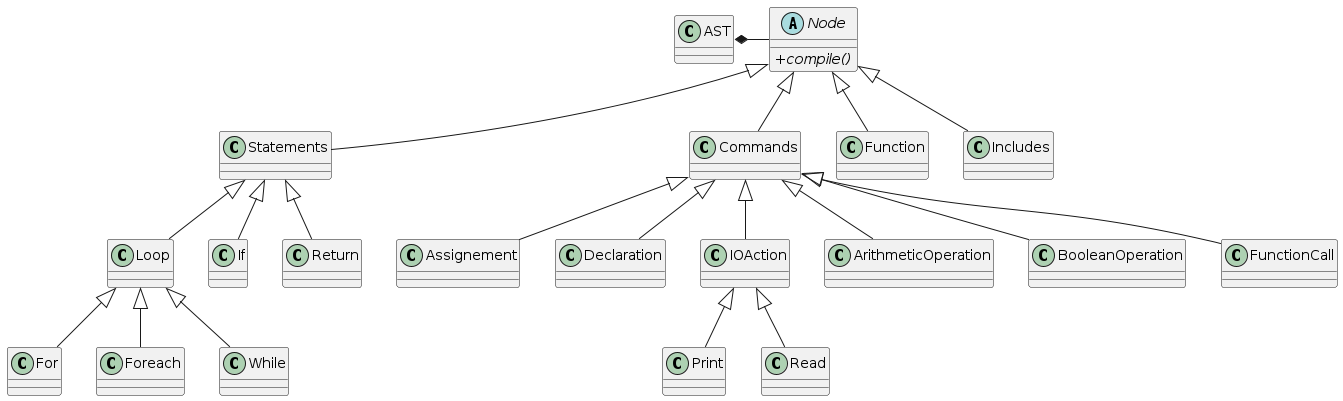
drfailer/projet-zz2 keeps this PlantUML diagram as ressources/diagrams/ast.png. Above is the earlier version.
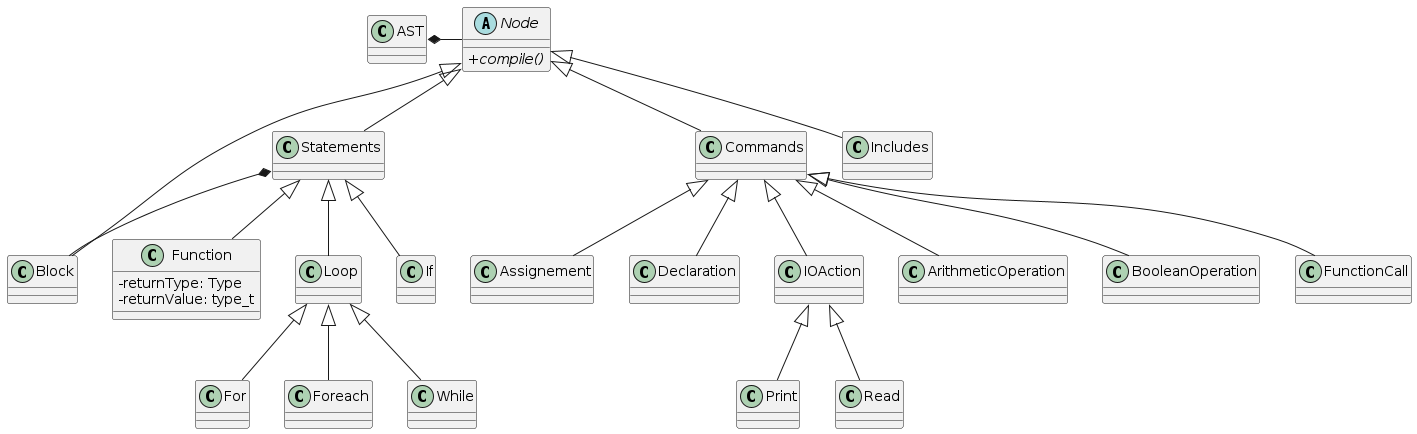
After the commit.

Commit message:
modification on ast diag

Diff of the diagram source:
```diff
@@ -10,10 +10,15 @@
 + {abstract} compile()
 }
 
+class Function {
+  -returnType: Type
+  -returnValue: type_t
+}
+
 Node <|-- Statements
 Node <|-- Commands
-Node <|-- Function
 Node <|-- Includes
+Node <|-- Block
 
 Commands <|-- Assignement
 Commands <|-- Declaration
@@ -24,7 +29,9 @@
 
 Statements <|-- Loop
 Statements <|-- If
-Statements <|-- Return
+
+Statements *-- Block
+Statements <|-- Function
 
 Loop <|-- For
 Loop <|-- Foreach
```
